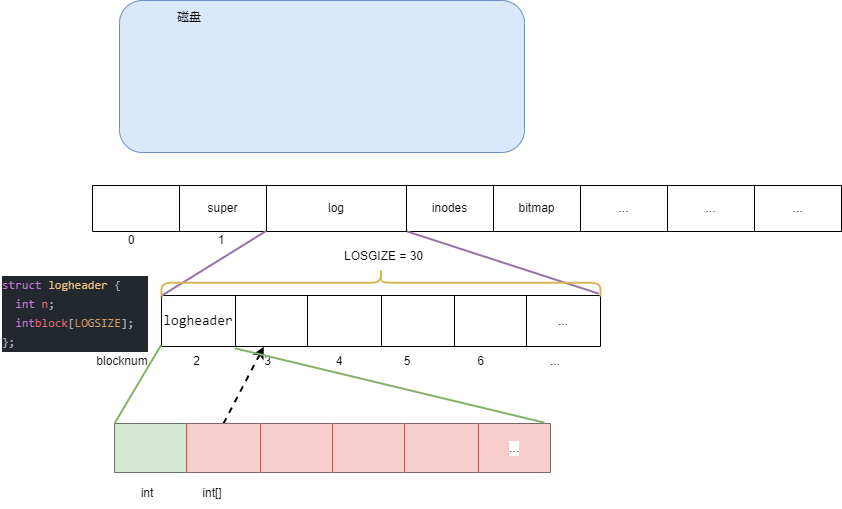
Before: OS/xv6文件系统_日志层.drawio.png, a diagram exported from draw.io (SixPlusAndTimes/drawio). Source tidied: cells renumbered, new cells last; positions are measured from the earlier drawing's top-left corner, leaving out a move shared by most shapes.
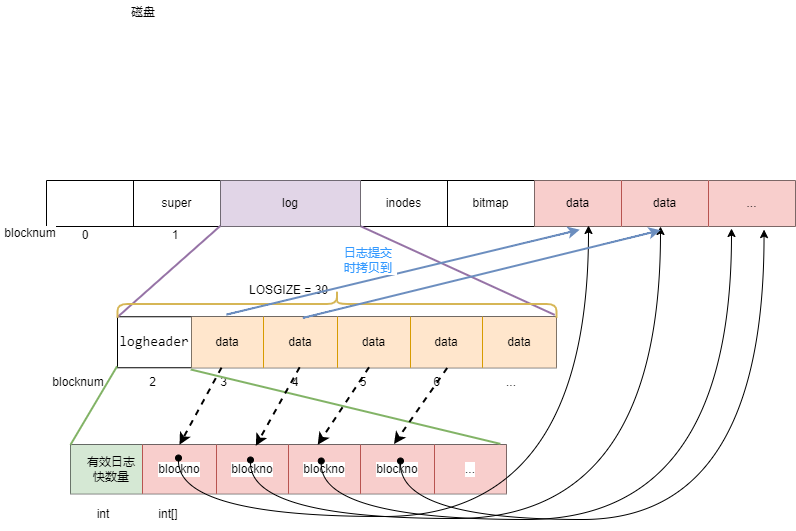
After the change.

Commit message:
更新xv6文件系统_日志层.drawio.png

Diff of the diagram source:
```diff
@@ -2,14 +2,11 @@
   <root>
     <mxCell id="0" />
     <mxCell id="1" parent="0" />
-    <mxCell id="2" style="rounded=1;whiteSpace=wrap;html=1;fillColor=#dae8fc;strokeColor=#6c8ebf;" parent="1" vertex="1">
-      <mxGeometry x="119" width="405" height="152" as="geometry" />
-    </mxCell>
     <mxCell id="3" value="磁盘" style="text;html=1;strokeColor=none;fillColor=none;align=center;verticalAlign=middle;whiteSpace=wrap;rounded=0;" parent="1" vertex="1">
-      <mxGeometry x="156" y="5" width="66" height="24" as="geometry" />
+      <mxGeometry x="154" y="-21.2" width="66" height="24" as="geometry" />
     </mxCell>
     <mxCell id="4" style="shape=table;startSize=0;" parent="1" vertex="1">
-      <mxGeometry x="92" y="185" width="749" height="46" as="geometry" />
+      <mxGeometry x="90" y="158.8" width="749" height="46" as="geometry" />
     </mxCell>
     <mxCell id="5" style="shape=tableRow;horizontal=0;startSize=0;swimlaneHead=0;swimlaneBody=0;top=0;left=0;bottom=0;right=0;fillColor=none;points=[[0,0.5],[1,0.5]];portConstraint=eastwest;" parent="4" vertex="1">
       <mxGeometry width="749" height="46" as="geometry" />
@@ -20,7 +17,7 @@
     <mxCell id="7" value="super" style="shape=partialRectangle;html=1;whiteSpace=wrap;overflow=hidden;fillColor=none;top=0;left=0;bottom=0;right=0;" parent="5" vertex="1">
       <mxGeometry x="87" width="87" height="46" as="geometry" />
     </mxCell>
-    <mxCell id="8" value="log" style="shape=partialRectangle;html=1;whiteSpace=wrap;overflow=hidden;fillColor=none;top=0;left=0;bottom=0;right=0;" parent="5" vertex="1">
+    <mxCell id="8" value="log" style="shape=partialRectangle;html=1;whiteSpace=wrap;overflow=hidden;fillColor=#e1d5e7;top=0;left=0;bottom=0;right=0;strokeColor=#9673a6;" parent="5" vertex="1">
       <mxGeometry x="174" width="140" height="46" as="geometry" />
     </mxCell>
     <mxCell id="9" value="inodes" style="shape=partialRectangle;html=1;whiteSpace=wrap;overflow=hidden;fillColor=none;top=0;left=0;bottom=0;right=0;" parent="5" vertex="1">
@@ -29,17 +26,17 @@
     <mxCell id="10" value="bitmap" style="shape=partialRectangle;html=1;whiteSpace=wrap;overflow=hidden;fillColor=none;top=0;left=0;bottom=0;right=0;" parent="5" vertex="1">
       <mxGeometry x="401" width="87" height="46" as="geometry" />
     </mxCell>
-    <mxCell id="11" value="..." style="shape=partialRectangle;html=1;whiteSpace=wrap;overflow=hidden;fillColor=none;top=0;left=0;bottom=0;right=0;" parent="5" vertex="1">
+    <mxCell id="11" value="data" style="shape=partialRectangle;html=1;whiteSpace=wrap;overflow=hidden;fillColor=#f8cecc;top=0;left=0;bottom=0;right=0;strokeColor=#b85450;" parent="5" vertex="1">
       <mxGeometry x="488" width="87" height="46" as="geometry" />
     </mxCell>
-    <mxCell id="12" value="..." style="shape=partialRectangle;html=1;whiteSpace=wrap;overflow=hidden;fillColor=none;top=0;left=0;bottom=0;right=0;" parent="5" vertex="1">
+    <mxCell id="12" value="data" style="shape=partialRectangle;html=1;whiteSpace=wrap;overflow=hidden;fillColor=#f8cecc;top=0;left=1;bottom=0;right=0;strokeColor=#b85450;" parent="5" vertex="1">
       <mxGeometry x="575" width="87" height="46" as="geometry" />
     </mxCell>
-    <mxCell id="13" value="..." style="shape=partialRectangle;html=1;whiteSpace=wrap;overflow=hidden;fillColor=none;top=0;left=0;bottom=0;right=0;" parent="5" vertex="1">
+    <mxCell id="13" value="..." style="shape=partialRectangle;html=1;whiteSpace=wrap;overflow=hidden;fillColor=#f8cecc;top=0;left=1;bottom=0;right=0;strokeColor=#b85450;" parent="5" vertex="1">
       <mxGeometry x="662" width="87" height="46" as="geometry" />
     </mxCell>
     <mxCell id="14" style="shape=table;startSize=0;strokeColor=none;" parent="1" vertex="1">
-      <mxGeometry x="161" y="341" width="427" height="40" as="geometry" />
+      <mxGeometry x="161" y="341.1" width="427" height="40" as="geometry" />
     </mxCell>
     <mxCell id="15" style="shape=tableRow;horizontal=0;startSize=0;swimlaneHead=0;swimlaneBody=0;top=0;left=0;bottom=0;right=0;fillColor=none;" parent="14" vertex="1">
       <mxGeometry width="427" height="40" as="geometry" />
@@ -63,7 +60,7 @@
       <mxGeometry x="361" width="66" height="40" as="geometry" />
     </mxCell>
     <mxCell id="22" style="shape=table;startSize=0;" parent="1" vertex="1">
-      <mxGeometry x="161" y="295" width="439" height="51" as="geometry" />
+      <mxGeometry x="161" y="295.1" width="439" height="51" as="geometry" />
     </mxCell>
     <mxCell id="23" style="shape=tableRow;horizontal=0;startSize=0;swimlaneHead=0;swimlaneBody=0;top=0;left=0;bottom=0;right=0;fillColor=none;points=[[0,0.5],[1,0.5]];portConstraint=eastwest;" parent="22" vertex="1">
       <mxGeometry width="439" height="51" as="geometry" />
@@ -71,29 +68,26 @@
     <mxCell id="24" value="&lt;span style=&quot;font-family: &amp;quot;Fira Code&amp;quot;, Consolas, &amp;quot;Courier New&amp;quot;, monospace; font-size: 14px; text-align: left;&quot;&gt;logheader&lt;/span&gt;" style="shape=partialRectangle;html=1;whiteSpace=wrap;overflow=hidden;fillColor=none;top=0;left=0;bottom=0;right=0;" parent="23" vertex="1">
       <mxGeometry width="74" height="51" as="geometry" />
     </mxCell>
-    <mxCell id="25" style="shape=partialRectangle;html=1;whiteSpace=wrap;overflow=hidden;fillColor=none;top=0;left=0;bottom=0;right=0;" parent="23" vertex="1">
+    <mxCell id="25" value="data" style="shape=partialRectangle;html=1;whiteSpace=wrap;overflow=hidden;fillColor=#ffe6cc;top=0;left=0;bottom=0;right=0;strokeColor=#d79b00;" parent="23" vertex="1">
       <mxGeometry x="74" width="72" height="51" as="geometry" />
     </mxCell>
-    <mxCell id="26" style="shape=partialRectangle;html=1;whiteSpace=wrap;overflow=hidden;fillColor=none;top=0;left=0;bottom=0;right=0;" parent="23" vertex="1">
+    <mxCell id="26" value="data" style="shape=partialRectangle;html=1;whiteSpace=wrap;overflow=hidden;fillColor=#ffe6cc;top=0;left=1;bottom=0;right=0;strokeColor=#d79b00;" parent="23" vertex="1">
       <mxGeometry x="146" width="74" height="51" as="geometry" />
     </mxCell>
-    <mxCell id="27" style="shape=partialRectangle;html=1;whiteSpace=wrap;overflow=hidden;fillColor=none;top=0;left=0;bottom=0;right=0;" parent="23" vertex="1">
+    <mxCell id="27" value="data" style="shape=partialRectangle;html=1;whiteSpace=wrap;overflow=hidden;fillColor=#ffe6cc;top=0;left=1;bottom=0;right=0;strokeColor=#d79b00;" parent="23" vertex="1">
       <mxGeometry x="220" width="73" height="51" as="geometry" />
     </mxCell>
-    <mxCell id="28" style="shape=partialRectangle;html=1;whiteSpace=wrap;overflow=hidden;fillColor=none;top=0;left=0;bottom=0;right=0;" parent="23" vertex="1">
+    <mxCell id="28" value="data" style="shape=partialRectangle;html=1;whiteSpace=wrap;overflow=hidden;fillColor=#ffe6cc;top=0;left=1;bottom=0;right=0;strokeColor=#d79b00;" parent="23" vertex="1">
       <mxGeometry x="293" width="72" height="51" as="geometry" />
     </mxCell>
-    <mxCell id="29" value="..." style="shape=partialRectangle;html=1;whiteSpace=wrap;overflow=hidden;fillColor=none;top=0;left=0;bottom=0;right=0;" parent="23" vertex="1">
+    <mxCell id="29" value="data" style="shape=partialRectangle;html=1;whiteSpace=wrap;overflow=hidden;fillColor=#ffe6cc;top=0;left=1;bottom=0;right=0;strokeColor=#d79b00;" parent="23" vertex="1">
       <mxGeometry x="365" width="74" height="51" as="geometry" />
     </mxCell>
     <mxCell id="30" value="1" style="text;html=1;strokeColor=none;fillColor=none;align=center;verticalAlign=middle;whiteSpace=wrap;rounded=0;labelBackgroundColor=#FFFFFF;fontColor=#000000;" parent="1" vertex="1">
-      <mxGeometry x="191" y="225" width="60" height="30" as="geometry" />
+      <mxGeometry x="189" y="198.8" width="60" height="30" as="geometry" />
     </mxCell>
-    <mxCell id="31" style="rounded=0;jettySize=auto;html=1;exitX=0.25;exitY=0;exitDx=0;exitDy=0;entryX=0.233;entryY=1.003;entryDx=0;entryDy=0;entryPerimeter=0;strokeWidth=2;fontSize=11;fontColor=#000000;dashed=1;" parent="1" edge="1" source="32" target="23">
-      <mxGeometry relative="1" as="geometry" />
-    </mxCell>
     <mxCell id="32" style="shape=table;startSize=0;labelBackgroundColor=#FFFFFF;fontColor=#000000;strokeColor=default;shadow=0;rounded=0;sketch=0;bottom=1;top=1;" parent="1" vertex="1">
-      <mxGeometry x="114" y="423" width="436" height="49" as="geometry" />
+      <mxGeometry x="114" y="423.1" width="436" height="49" as="geometry" />
     </mxCell>
     <mxCell id="33" style="shape=tableRow;horizontal=0;startSize=0;swimlaneHead=0;swimlaneBody=0;top=0;left=0;bottom=0;right=0;fillColor=none;points=[[0,0.5],[1,0.5]];portConstraint=eastwest;labelBackgroundColor=#FFFFFF;fontColor=#000000;" parent="32" vertex="1">
       <mxGeometry width="436" height="49" as="geometry" />
@@ -101,35 +95,32 @@
     <mxCell id="34" style="shape=partialRectangle;html=1;whiteSpace=wrap;overflow=hidden;fillColor=#d5e8d4;top=0;left=0;bottom=0;right=0;labelBackgroundColor=#FFFFFF;strokeColor=#82b366;" parent="33" vertex="1">
       <mxGeometry width="72" height="49" as="geometry" />
     </mxCell>
-    <mxCell id="35" style="shape=partialRectangle;html=1;whiteSpace=wrap;overflow=hidden;fillColor=#f8cecc;top=0;left=1;bottom=0;right=0;labelBackgroundColor=#FFFFFF;strokeColor=#b85450;" parent="33" vertex="1">
+    <mxCell id="35" value="blockno" style="shape=partialRectangle;html=1;whiteSpace=wrap;overflow=hidden;fillColor=#f8cecc;top=0;left=1;bottom=0;right=0;labelBackgroundColor=#FFFFFF;strokeColor=#b85450;" parent="33" vertex="1">
       <mxGeometry x="72" width="74" height="49" as="geometry" />
     </mxCell>
-    <mxCell id="36" style="shape=partialRectangle;html=1;whiteSpace=wrap;overflow=hidden;fillColor=#f8cecc;top=0;left=1;bottom=0;right=0;labelBackgroundColor=#FFFFFF;strokeColor=#b85450;" parent="33" vertex="1">
+    <mxCell id="36" value="blockno" style="shape=partialRectangle;html=1;whiteSpace=wrap;overflow=hidden;fillColor=#f8cecc;top=0;left=1;bottom=0;right=0;labelBackgroundColor=#FFFFFF;strokeColor=#b85450;" parent="33" vertex="1">
       <mxGeometry x="146" width="72" height="49" as="geometry" />
     </mxCell>
-    <mxCell id="37" style="shape=partialRectangle;html=1;whiteSpace=wrap;overflow=hidden;fillColor=#f8cecc;top=0;left=1;bottom=0;right=0;labelBackgroundColor=#FFFFFF;strokeColor=#b85450;" parent="33" vertex="1">
+    <mxCell id="37" value="blockno" style="shape=partialRectangle;html=1;whiteSpace=wrap;overflow=hidden;fillColor=#f8cecc;top=0;left=1;bottom=0;right=0;labelBackgroundColor=#FFFFFF;strokeColor=#b85450;" parent="33" vertex="1">
       <mxGeometry x="218" width="72" height="49" as="geometry" />
     </mxCell>
-    <mxCell id="38" style="shape=partialRectangle;html=1;whiteSpace=wrap;overflow=hidden;fillColor=#f8cecc;top=0;left=1;bottom=0;right=0;labelBackgroundColor=#FFFFFF;strokeColor=#b85450;" parent="33" vertex="1">
+    <mxCell id="38" value="blockno" style="shape=partialRectangle;html=1;whiteSpace=wrap;overflow=hidden;fillColor=#f8cecc;top=0;left=1;bottom=0;right=0;labelBackgroundColor=#FFFFFF;strokeColor=#b85450;" parent="33" vertex="1">
       <mxGeometry x="290" width="74" height="49" as="geometry" />
     </mxCell>
     <mxCell id="39" value="..." style="shape=partialRectangle;html=1;whiteSpace=wrap;overflow=hidden;fillColor=#f8cecc;top=0;left=1;bottom=0;right=0;labelBackgroundColor=#FFFFFF;strokeColor=#b85450;strokeWidth=1;" parent="33" vertex="1">
       <mxGeometry x="364" width="72" height="49" as="geometry" />
     </mxCell>
     <mxCell id="40" value="0" style="text;html=1;strokeColor=none;fillColor=none;align=center;verticalAlign=middle;whiteSpace=wrap;rounded=0;labelBackgroundColor=#FFFFFF;fontColor=#000000;" parent="1" vertex="1">
-      <mxGeometry x="101" y="225" width="60" height="30" as="geometry" />
+      <mxGeometry x="99" y="198.8" width="60" height="30" as="geometry" />
     </mxCell>
     <mxCell id="41" value="blocknum" style="text;html=1;strokeColor=none;fillColor=none;align=center;verticalAlign=middle;whiteSpace=wrap;rounded=0;labelBackgroundColor=#FFFFFF;fontColor=#000000;" parent="1" vertex="1">
-      <mxGeometry x="92" y="346" width="60" height="30" as="geometry" />
+      <mxGeometry x="92" y="346.1" width="60" height="30" as="geometry" />
     </mxCell>
-    <mxCell id="42" value="&lt;div style=&quot;color: rgb(171, 178, 191); background-color: rgb(35, 39, 46); font-family: &amp;quot;Fira Code&amp;quot;, Consolas, &amp;quot;Courier New&amp;quot;, monospace; line-height: 19px; font-size: 11px;&quot;&gt;&lt;div style=&quot;font-size: 11px;&quot;&gt;&lt;span style=&quot;color: rgb(198, 120, 221); font-size: 11px;&quot;&gt;struct&lt;/span&gt; &lt;span style=&quot;color: rgb(229, 192, 123); font-size: 11px;&quot;&gt;logheader&lt;/span&gt; {&lt;/div&gt;&lt;div style=&quot;font-size: 11px;&quot;&gt;&amp;nbsp; &lt;span style=&quot;color: rgb(198, 120, 221); font-size: 11px;&quot;&gt;int&lt;/span&gt; &lt;span style=&quot;color: rgb(224, 108, 117); font-size: 11px;&quot;&gt;n&lt;/span&gt;;&amp;nbsp; &amp;nbsp;&amp;nbsp;&lt;span style=&quot;color: rgb(198, 120, 221); font-size: 11px;&quot;&gt;int&lt;/span&gt;&lt;span style=&quot;color: rgb(224, 108, 117); font-size: 11px;&quot;&gt;block&lt;/span&gt;[&lt;span style=&quot;color: rgb(209, 154, 102); font-size: 11px;&quot;&gt;LOGSIZE&lt;/span&gt;];&lt;/div&gt;&lt;div style=&quot;font-size: 11px;&quot;&gt;};&lt;/div&gt;&lt;/div&gt;" style="text;html=1;strokeColor=none;fillColor=none;align=left;verticalAlign=middle;whiteSpace=wrap;rounded=0;labelBackgroundColor=#FFFFFF;fontColor=#000000;" parent="1" vertex="1">
-      <mxGeometry y="263" width="148" height="100" as="geometry" />
-    </mxCell>
     <mxCell id="43" value="int" style="text;html=1;strokeColor=none;fillColor=none;align=center;verticalAlign=middle;whiteSpace=wrap;rounded=0;labelBackgroundColor=#FFFFFF;fontColor=#000000;" parent="1" vertex="1">
-      <mxGeometry x="117" y="478" width="60" height="30" as="geometry" />
+      <mxGeometry x="117" y="478.1" width="60" height="30" as="geometry" />
     </mxCell>
     <mxCell id="44" value="int[]" style="text;html=1;strokeColor=none;fillColor=none;align=center;verticalAlign=middle;whiteSpace=wrap;rounded=0;labelBackgroundColor=#FFFFFF;fontColor=#000000;" parent="1" vertex="1">
-      <mxGeometry x="182" y="478" width="60" height="30" as="geometry" />
+      <mxGeometry x="182" y="478.1" width="60" height="30" as="geometry" />
     </mxCell>
     <mxCell id="45" style="endArrow=none;html=1;rounded=0;fontSize=13;fontColor=#000000;entryX=0.232;entryY=0.988;entryDx=0;entryDy=0;entryPerimeter=0;exitX=0;exitY=0.006;exitDx=0;exitDy=0;exitPerimeter=0;fillColor=#e1d5e7;strokeColor=#9673a6;strokeWidth=2;" parent="1" edge="1" source="23" target="5">
       <mxGeometry relative="1" as="geometry" />
@@ -143,11 +134,76 @@
     <mxCell id="48" style="endArrow=none;html=1;rounded=0;strokeWidth=2;fontSize=13;fontColor=#000000;entryX=0.167;entryY=1.035;entryDx=0;entryDy=0;entryPerimeter=0;exitX=0.986;exitY=-0.018;exitDx=0;exitDy=0;exitPerimeter=0;fillColor=#d5e8d4;strokeColor=#82b366;" parent="1" edge="1" source="32" target="23">
       <mxGeometry relative="1" as="geometry" />
     </mxCell>
-    <mxCell id="49" style="shape=curlyBracket;whiteSpace=wrap;html=1;rounded=1;flipH=1;labelPosition=right;verticalLabelPosition=middle;align=left;verticalAlign=middle;shadow=0;labelBackgroundColor=#FFFFFF;sketch=0;strokeColor=#d6b656;strokeWidth=2;fontSize=11;rotation=-90;fillColor=#fff2cc;" parent="1" vertex="1">
+    <mxCell id="49" style="shape=curlyBracket;whiteSpace=wrap;html=1;rounded=1;flipH=1;labelPosition=right;verticalLabelPosition=middle;align=left;verticalAlign=middle;shadow=0;labelBackgroundColor=#FFFFFF;sketch=0;strokeColor=#d6b656;strokeWidth=2;fontSize=11;rotation=-90;fillColor=#fff2cc;size=0.5;" parent="1" vertex="1">
       <mxGeometry x="366.8" y="62.8" width="27.5" height="439" as="geometry" />
     </mxCell>
     <mxCell id="50" value="LOSGIZE = 30" style="text;html=1;strokeColor=none;fillColor=none;align=center;verticalAlign=middle;whiteSpace=wrap;rounded=0;shadow=0;labelBackgroundColor=#FFFFFF;sketch=0;strokeWidth=2;fontSize=11;fontColor=#000000;" parent="1" vertex="1">
-      <mxGeometry x="334" y="245" width="99" height="22" as="geometry" />
+      <mxGeometry x="282.5" y="257.8" width="99" height="22" as="geometry" />
     </mxCell>
+    <mxCell id="51" style="endArrow=classic;html=1;rounded=0;dashed=1;strokeWidth=2;fontSize=11;fontColor=#000000;exitX=0.237;exitY=0.997;exitDx=0;exitDy=0;exitPerimeter=0;entryX=0.25;entryY=0;entryDx=0;entryDy=0;" parent="1" edge="1" source="23" target="32">
+      <mxGeometry relative="1" as="geometry" />
+    </mxCell>
+    <mxCell id="52" style="endArrow=classic;html=1;rounded=0;dashed=1;strokeWidth=2;fontSize=11;fontColor=#000000;exitX=0.415;exitY=0.99;exitDx=0;exitDy=0;exitPerimeter=0;entryX=0.425;entryY=0.022;entryDx=0;entryDy=0;entryPerimeter=0;" parent="1" edge="1" source="23" target="33">
+      <mxGeometry relative="1" as="geometry" />
+    </mxCell>
+    <mxCell id="53" style="endArrow=classic;html=1;rounded=0;dashed=1;strokeWidth=2;fontSize=11;fontColor=#000000;exitX=0.573;exitY=0.99;exitDx=0;exitDy=0;exitPerimeter=0;entryX=0.567;entryY=0;entryDx=0;entryDy=0;entryPerimeter=0;" parent="1" edge="1" source="22" target="32">
+      <mxGeometry relative="1" as="geometry" />
+    </mxCell>
+    <mxCell id="54" style="endArrow=classic;html=1;rounded=0;dashed=1;strokeWidth=2;fontSize=11;fontColor=#000000;exitX=0.751;exitY=1.004;exitDx=0;exitDy=0;exitPerimeter=0;entryX=0.742;entryY=-0.015;entryDx=0;entryDy=0;entryPerimeter=0;" parent="1" edge="1" source="23" target="33">
+      <mxGeometry relative="1" as="geometry" />
+    </mxCell>
+    <mxCell id="55" value="blocknum" style="text;html=1;strokeColor=none;fillColor=none;align=center;verticalAlign=middle;whiteSpace=wrap;rounded=0;labelBackgroundColor=#FFFFFF;fontColor=#000000;" parent="1" vertex="1">
+      <mxGeometry x="44" y="196.8" width="60" height="30" as="geometry" />
+    </mxCell>
+    <mxCell id="56" value="有效日志快数量" style="text;html=1;align=center;verticalAlign=middle;whiteSpace=wrap;rounded=0;shadow=0;sketch=0;strokeWidth=2;fontSize=11;" parent="1" vertex="1">
+      <mxGeometry x="125" y="432.6" width="60" height="30" as="geometry" />
+    </mxCell>
+    <mxCell id="57" style="endArrow=classic;html=1;rounded=0;strokeWidth=1;fontSize=11;fontColor=#000000;startArrow=oval;startFill=1;edgeStyle=orthogonalEdgeStyle;curved=1;" parent="1" edge="1">
+      <mxGeometry relative="1" as="geometry">
+        <mxPoint x="222" y="436.3" as="sourcePoint" />
+        <mxPoint x="632" y="203.8" as="targetPoint" />
+        <Array as="points">
+          <mxPoint x="222" y="494.8" />
+          <mxPoint x="632" y="494.8" />
+        </Array>
+      </mxGeometry>
+    </mxCell>
+    <mxCell id="58" style="endArrow=classic;html=1;rounded=0;strokeWidth=1;fontSize=11;fontColor=#000000;startArrow=oval;startFill=1;edgeStyle=orthogonalEdgeStyle;curved=1;" parent="1" edge="1" target="5">
+      <mxGeometry relative="1" as="geometry">
+        <mxPoint x="294" y="438.3" as="sourcePoint" />
+        <Array as="points">
+          <mxPoint x="294" y="496.8" />
+          <mxPoint x="704" y="496.8" />
+        </Array>
+      </mxGeometry>
+    </mxCell>
+    <mxCell id="59" style="endArrow=classic;html=1;rounded=0;strokeWidth=1;fontSize=11;fontColor=#000000;startArrow=oval;startFill=1;edgeStyle=orthogonalEdgeStyle;curved=1;" parent="1" edge="1">
+      <mxGeometry relative="1" as="geometry">
+        <mxPoint x="364.8" y="439.3" as="sourcePoint" />
+        <mxPoint x="775" y="206.8" as="targetPoint" />
+        <Array as="points">
+          <mxPoint x="364.8" y="497.8" />
+          <mxPoint x="774.8" y="497.8" />
+        </Array>
+      </mxGeometry>
+    </mxCell>
+    <mxCell id="60" style="endArrow=classic;html=1;rounded=0;strokeWidth=1;fontSize=11;fontColor=#000000;startArrow=oval;startFill=1;edgeStyle=orthogonalEdgeStyle;curved=1;entryX=0.958;entryY=1.067;entryDx=0;entryDy=0;entryPerimeter=0;" parent="1" edge="1" target="4">
+      <mxGeometry relative="1" as="geometry">
+        <mxPoint x="444" y="439.3" as="sourcePoint" />
+        <Array as="points">
+          <mxPoint x="444" y="497.8" />
+          <mxPoint x="808" y="497.8" />
+        </Array>
+      </mxGeometry>
+    </mxCell>
+    <mxCell id="61" style="endArrow=classic;html=1;rounded=0;strokeWidth=2;fontSize=11;fontColor=#000000;curved=1;exitX=0.248;exitY=-0.042;exitDx=0;exitDy=0;exitPerimeter=0;entryX=0.712;entryY=1.069;entryDx=0;entryDy=0;entryPerimeter=0;fillColor=#dae8fc;strokeColor=#6c8ebf;" parent="1" edge="1" source="23" target="4">
+      <mxGeometry relative="1" as="geometry" />
+    </mxCell>
+    <mxCell id="62" style="endArrow=classic;html=1;rounded=0;strokeWidth=2;fontSize=11;fontColor=#000000;curved=1;exitX=0.422;exitY=0.023;exitDx=0;exitDy=0;exitPerimeter=0;entryX=0.82;entryY=1.081;entryDx=0;entryDy=0;entryPerimeter=0;fillColor=#dae8fc;strokeColor=#6c8ebf;" parent="1" edge="1" source="23" target="4">
+      <mxGeometry relative="1" as="geometry" />
+    </mxCell>
+    <mxCell id="63" value="&lt;font color=&quot;#3399ff&quot;&gt;日志提交时拷贝到&lt;/font&gt;" style="text;html=1;strokeColor=none;fillColor=none;align=center;verticalAlign=middle;whiteSpace=wrap;rounded=0;shadow=0;labelBackgroundColor=#FFFFFF;sketch=0;strokeWidth=2;fontSize=11;fontColor=#000000;" parent="1" vertex="1">
+      <mxGeometry x="381.5" y="223.8" width="60" height="30" as="geometry" />
+    </mxCell>
   </root>
 </mxGraphModel>
```
